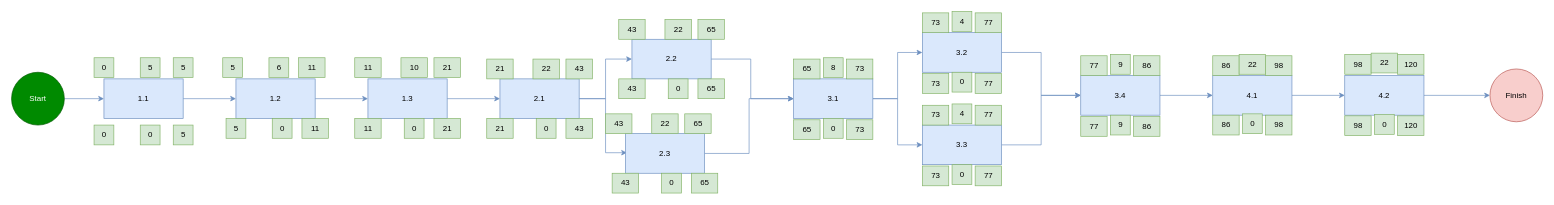
Shaxzodbek16/PDPEcosystem keeps this draw.io diagram as PDP-university-exams/1-kusr/2-semester/Final-exam/ITPM/source/Preсedenсe/Preсedenсe_diagram.drawio. Above is the earlier version. Source tidied: cells renumbered, new cells numbered last; positions are measured from the earlier drawing's top-left corner, leaving out a move shared by most shapes. Both pictures are drawn from the tidied source at 66%, with x=0, y=0 at pixel (11, 11).
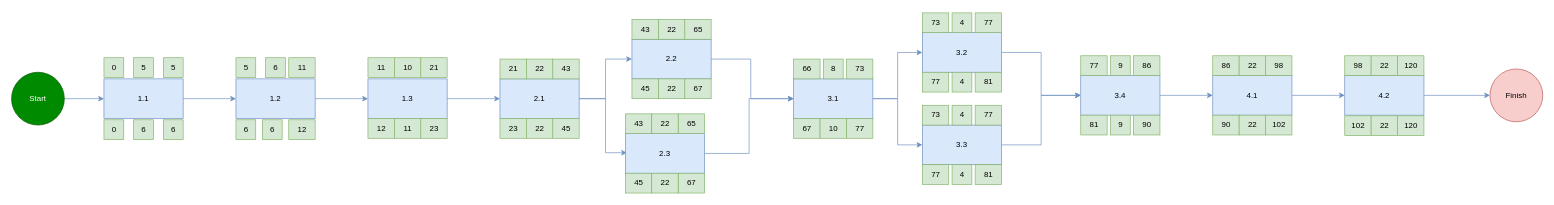
The same page after the edit.

The edit, as a diff of the source:
```diff
@@
     <mxCell id="12" value="0" style="text;html=1;align=center;verticalAlign=middle;strokeColor=#82b366;fillColor=#d5e8d4;" parent="1" vertex="1">
-      <mxGeometry x="125" y="70" width="30" height="30" as="geometry" />
+      <mxGeometry x="140" y="70" width="30" height="30" as="geometry" />
     </mxCell>
     <mxCell id="13" value="5" style="text;html=1;align=center;verticalAlign=middle;strokeColor=#82b366;fillColor=#d5e8d4;" parent="1" vertex="1">
-      <mxGeometry x="245" y="70" width="30" height="30" as="geometry" />
+      <mxGeometry x="230" y="70" width="30" height="30" as="geometry" />
     </mxCell>
     <mxCell id="14" value="5" style="text;html=1;align=center;verticalAlign=middle;strokeColor=#82b366;fillColor=#d5e8d4;" parent="1" vertex="1">
-      <mxGeometry x="195" y="70" width="30" height="30" as="geometry" />
+      <mxGeometry x="185" y="70" width="30" height="30" as="geometry" />
     </mxCell>
     <mxCell id="15" value="0" style="text;html=1;align=center;verticalAlign=middle;strokeColor=#82b366;fillColor=#d5e8d4;" parent="1" vertex="1">
-      <mxGeometry x="125" y="172" width="30" height="30" as="geometry" />
+      <mxGeometry x="140" y="164" width="30" height="30" as="geometry" />
     </mxCell>
-    <mxCell id="16" value="5" style="text;html=1;align=center;verticalAlign=middle;strokeColor=#82b366;fillColor=#d5e8d4;" parent="1" vertex="1">
-      <mxGeometry x="245" y="172" width="30" height="30" as="geometry" />
+    <mxCell id="16" value="6" style="text;html=1;align=center;verticalAlign=middle;strokeColor=#82b366;fillColor=#d5e8d4;" parent="1" vertex="1">
+      <mxGeometry x="230" y="164" width="30" height="30" as="geometry" />
     </mxCell>
-    <mxCell id="17" value="0" style="text;html=1;align=center;verticalAlign=middle;strokeColor=#82b366;fillColor=#d5e8d4;" parent="1" vertex="1">
-      <mxGeometry x="195" y="172" width="30" height="30" as="geometry" />
+    <mxCell id="17" value="6" style="text;html=1;align=center;verticalAlign=middle;strokeColor=#82b366;fillColor=#d5e8d4;" parent="1" vertex="1">
+      <mxGeometry x="185" y="164" width="30" height="30" as="geometry" />
     </mxCell>
     <mxCell id="18" value="5" style="text;html=1;align=center;verticalAlign=middle;strokeColor=#82b366;fillColor=#d5e8d4;" parent="1" vertex="1">
-      <mxGeometry x="320" y="70" width="30" height="30" as="geometry" />
+      <mxGeometry x="340" y="70" width="30" height="30" as="geometry" />
     </mxCell>
     <mxCell id="19" value="11" style="text;html=1;align=center;verticalAlign=middle;strokeColor=#82b366;fillColor=#d5e8d4;" parent="1" vertex="1">
-      <mxGeometry x="435" y="70" width="40" height="30" as="geometry" />
+      <mxGeometry x="420" y="70" width="40" height="30" as="geometry" />
     </mxCell>
     <mxCell id="20" value="6" style="text;html=1;align=center;verticalAlign=middle;strokeColor=#82b366;fillColor=#d5e8d4;" parent="1" vertex="1">
-      <mxGeometry x="390" y="70" width="30" height="30" as="geometry" />
+      <mxGeometry x="385" y="70" width="30" height="30" as="geometry" />
     </mxCell>
-    <mxCell id="21" value="5" style="text;html=1;align=center;verticalAlign=middle;strokeColor=#82b366;fillColor=#d5e8d4;" parent="1" vertex="1">
-      <mxGeometry x="325" y="162" width="30" height="30" as="geometry" />
+    <mxCell id="21" value="6" style="text;html=1;align=center;verticalAlign=middle;strokeColor=#82b366;fillColor=#d5e8d4;" parent="1" vertex="1">
+      <mxGeometry x="340" y="164" width="30" height="30" as="geometry" />
     </mxCell>
-    <mxCell id="22" value="11" style="text;html=1;align=center;verticalAlign=middle;strokeColor=#82b366;fillColor=#d5e8d4;" parent="1" vertex="1">
-      <mxGeometry x="440" y="162" width="40" height="30" as="geometry" />
+    <mxCell id="22" value="12" style="text;html=1;align=center;verticalAlign=middle;strokeColor=#82b366;fillColor=#d5e8d4;" parent="1" vertex="1">
+      <mxGeometry x="420" y="164" width="40" height="30" as="geometry" />
     </mxCell>
-    <mxCell id="23" value="0" style="text;html=1;align=center;verticalAlign=middle;strokeColor=#82b366;fillColor=#d5e8d4;" parent="1" vertex="1">
-      <mxGeometry x="395" y="162" width="30" height="30" as="geometry" />
+    <mxCell id="23" value="6" style="text;html=1;align=center;verticalAlign=middle;strokeColor=#82b366;fillColor=#d5e8d4;" parent="1" vertex="1">
+      <mxGeometry x="380" y="164" width="30" height="30" as="geometry" />
     </mxCell>
     <mxCell id="24" value="11" style="text;html=1;align=center;verticalAlign=middle;strokeColor=#82b366;fillColor=#d5e8d4;" parent="1" vertex="1">
-      <mxGeometry x="520" y="70" width="40" height="30" as="geometry" />
+      <mxGeometry x="540" y="70" width="40" height="30" as="geometry" />
     </mxCell>
     <mxCell id="25" value="21" style="text;html=1;align=center;verticalAlign=middle;strokeColor=#82b366;fillColor=#d5e8d4;" parent="1" vertex="1">
-      <mxGeometry x="640" y="70" width="40" height="30" as="geometry" />
+      <mxGeometry x="620" y="70" width="40" height="30" as="geometry" />
     </mxCell>
     <mxCell id="26" value="10" style="text;html=1;align=center;verticalAlign=middle;strokeColor=#82b366;fillColor=#d5e8d4;" parent="1" vertex="1">
-      <mxGeometry x="590" y="70" width="40" height="30" as="geometry" />
+      <mxGeometry x="580" y="70" width="40" height="30" as="geometry" />
     </mxCell>
-    <mxCell id="27" value="11" style="text;html=1;align=center;verticalAlign=middle;strokeColor=#82b366;fillColor=#d5e8d4;" parent="1" vertex="1">
-      <mxGeometry x="520" y="162" width="40" height="30" as="geometry" />
+    <mxCell id="27" value="12" style="text;html=1;align=center;verticalAlign=middle;strokeColor=#82b366;fillColor=#d5e8d4;" parent="1" vertex="1">
+      <mxGeometry x="540" y="162" width="40" height="30" as="geometry" />
     </mxCell>
-    <mxCell id="28" value="21" style="text;html=1;align=center;verticalAlign=middle;strokeColor=#82b366;fillColor=#d5e8d4;" parent="1" vertex="1">
-      <mxGeometry x="640" y="162" width="40" height="30" as="geometry" />
+    <mxCell id="28" value="23" style="text;html=1;align=center;verticalAlign=middle;strokeColor=#82b366;fillColor=#d5e8d4;" parent="1" vertex="1">
+      <mxGeometry x="620" y="162" width="40" height="30" as="geometry" />
     </mxCell>
-    <mxCell id="29" value="0" style="text;html=1;align=center;verticalAlign=middle;strokeColor=#82b366;fillColor=#d5e8d4;" parent="1" vertex="1">
-      <mxGeometry x="595" y="162" width="30" height="30" as="geometry" />
+    <mxCell id="29" value="11" style="text;html=1;align=center;verticalAlign=middle;strokeColor=#82b366;fillColor=#d5e8d4;" parent="1" vertex="1">
+      <mxGeometry x="580" y="162" width="40" height="30" as="geometry" />
     </mxCell>
     <mxCell id="30" value="21" style="text;html=1;align=center;verticalAlign=middle;strokeColor=#82b366;fillColor=#d5e8d4;" parent="1" vertex="1">
-      <mxGeometry x="720" y="72" width="40" height="30" as="geometry" />
+      <mxGeometry x="740" y="72" width="40" height="30" as="geometry" />
     </mxCell>
     <mxCell id="31" value="43" style="text;html=1;align=center;verticalAlign=middle;strokeColor=#82b366;fillColor=#d5e8d4;" parent="1" vertex="1">
-      <mxGeometry x="840" y="72" width="40" height="30" as="geometry" />
+      <mxGeometry x="820" y="72" width="40" height="30" as="geometry" />
     </mxCell>
     <mxCell id="32" value="22" style="text;html=1;align=center;verticalAlign=middle;strokeColor=#82b366;fillColor=#d5e8d4;" parent="1" vertex="1">
-      <mxGeometry x="790" y="72" width="40" height="30" as="geometry" />
+      <mxGeometry x="780" y="72" width="40" height="30" as="geometry" />
     </mxCell>
-    <mxCell id="33" value="21" style="text;html=1;align=center;verticalAlign=middle;strokeColor=#82b366;fillColor=#d5e8d4;" parent="1" vertex="1">
-      <mxGeometry x="720" y="162" width="40" height="30" as="geometry" />
+    <mxCell id="33" value="23" style="text;html=1;align=center;verticalAlign=middle;strokeColor=#82b366;fillColor=#d5e8d4;" parent="1" vertex="1">
+      <mxGeometry x="740" y="162" width="40" height="30" as="geometry" />
     </mxCell>
-    <mxCell id="34" value="43" style="text;html=1;align=center;verticalAlign=middle;strokeColor=#82b366;fillColor=#d5e8d4;" parent="1" vertex="1">
-      <mxGeometry x="840" y="162" width="40" height="30" as="geometry" />
+    <mxCell id="34" value="45" style="text;html=1;align=center;verticalAlign=middle;strokeColor=#82b366;fillColor=#d5e8d4;" parent="1" vertex="1">
+      <mxGeometry x="820" y="162" width="40" height="30" as="geometry" />
     </mxCell>
-    <mxCell id="35" value="0" style="text;html=1;align=center;verticalAlign=middle;strokeColor=#82b366;fillColor=#d5e8d4;" parent="1" vertex="1">
-      <mxGeometry x="795" y="162" width="30" height="30" as="geometry" />
+    <mxCell id="35" value="22" style="text;html=1;align=center;verticalAlign=middle;strokeColor=#82b366;fillColor=#d5e8d4;" parent="1" vertex="1">
+      <mxGeometry x="780" y="162" width="40" height="30" as="geometry" />
     </mxCell>
@@
     <mxCell id="41" value="43" style="text;html=1;align=center;verticalAlign=middle;strokeColor=#82b366;fillColor=#d5e8d4;" parent="1" vertex="1">
-      <mxGeometry x="920" y="12" width="40" height="30" as="geometry" />
+      <mxGeometry x="940" y="12" width="40" height="30" as="geometry" />
     </mxCell>
     <mxCell id="42" value="65" style="text;html=1;align=center;verticalAlign=middle;strokeColor=#82b366;fillColor=#d5e8d4;" parent="1" vertex="1">
-      <mxGeometry x="1040" y="12" width="40" height="30" as="geometry" />
+      <mxGeometry x="1020" y="12" width="40" height="30" as="geometry" />
     </mxCell>
     <mxCell id="43" value="22" style="text;html=1;align=center;verticalAlign=middle;strokeColor=#82b366;fillColor=#d5e8d4;" parent="1" vertex="1">
-      <mxGeometry x="990" y="12" width="40" height="30" as="geometry" />
+      <mxGeometry x="980" y="12" width="40" height="30" as="geometry" />
     </mxCell>
-    <mxCell id="44" value="43" style="text;html=1;align=center;verticalAlign=middle;strokeColor=#82b366;fillColor=#d5e8d4;" parent="1" vertex="1">
-      <mxGeometry x="920" y="102" width="40" height="30" as="geometry" />
+    <mxCell id="44" value="45" style="text;html=1;align=center;verticalAlign=middle;strokeColor=#82b366;fillColor=#d5e8d4;" parent="1" vertex="1">
+      <mxGeometry x="940" y="102" width="40" height="30" as="geometry" />
     </mxCell>
-    <mxCell id="45" value="65" style="text;html=1;align=center;verticalAlign=middle;strokeColor=#82b366;fillColor=#d5e8d4;" parent="1" vertex="1">
-      <mxGeometry x="1040" y="102" width="40" height="30" as="geometry" />
+    <mxCell id="45" value="67" style="text;html=1;align=center;verticalAlign=middle;strokeColor=#82b366;fillColor=#d5e8d4;" parent="1" vertex="1">
+      <mxGeometry x="1020" y="102" width="40" height="30" as="geometry" />
     </mxCell>
-    <mxCell id="46" value="0" style="text;html=1;align=center;verticalAlign=middle;strokeColor=#82b366;fillColor=#d5e8d4;" parent="1" vertex="1">
-      <mxGeometry x="995" y="102" width="30" height="30" as="geometry" />
+    <mxCell id="46" value="22" style="text;html=1;align=center;verticalAlign=middle;strokeColor=#82b366;fillColor=#d5e8d4;" parent="1" vertex="1">
+      <mxGeometry x="980" y="102" width="40" height="30" as="geometry" />
     </mxCell>
     <mxCell id="47" value="43" style="text;html=1;align=center;verticalAlign=middle;strokeColor=#82b366;fillColor=#d5e8d4;" parent="1" vertex="1">
-      <mxGeometry x="900" y="155" width="40" height="30" as="geometry" />
+      <mxGeometry x="930" y="155" width="40" height="30" as="geometry" />
     </mxCell>
     <mxCell id="48" value="65" style="text;html=1;align=center;verticalAlign=middle;strokeColor=#82b366;fillColor=#d5e8d4;" parent="1" vertex="1">
-      <mxGeometry x="1020" y="155" width="40" height="30" as="geometry" />
+      <mxGeometry x="1010" y="155" width="40" height="30" as="geometry" />
     </mxCell>
@@
-    <mxCell id="50" value="43" style="text;html=1;align=center;verticalAlign=middle;strokeColor=#82b366;fillColor=#d5e8d4;" parent="1" vertex="1">
-      <mxGeometry x="910" y="245" width="40" height="30" as="geometry" />
+    <mxCell id="50" value="45" style="text;html=1;align=center;verticalAlign=middle;strokeColor=#82b366;fillColor=#d5e8d4;" parent="1" vertex="1">
+      <mxGeometry x="930" y="245" width="40" height="30" as="geometry" />
     </mxCell>
-    <mxCell id="51" value="65" style="text;html=1;align=center;verticalAlign=middle;strokeColor=#82b366;fillColor=#d5e8d4;" parent="1" vertex="1">
-      <mxGeometry x="1030" y="245" width="40" height="30" as="geometry" />
+    <mxCell id="51" value="67" style="text;html=1;align=center;verticalAlign=middle;strokeColor=#82b366;fillColor=#d5e8d4;" parent="1" vertex="1">
+      <mxGeometry x="1010" y="245" width="40" height="30" as="geometry" />
     </mxCell>
-    <mxCell id="52" value="0" style="text;html=1;align=center;verticalAlign=middle;strokeColor=#82b366;fillColor=#d5e8d4;" parent="1" vertex="1">
-      <mxGeometry x="985" y="245" width="30" height="30" as="geometry" />
+    <mxCell id="52" value="22" style="text;html=1;align=center;verticalAlign=middle;strokeColor=#82b366;fillColor=#d5e8d4;" parent="1" vertex="1">
+      <mxGeometry x="970" y="245" width="40" height="30" as="geometry" />
     </mxCell>
@@
-    <mxCell id="56" value="65" style="text;html=1;align=center;verticalAlign=middle;strokeColor=#82b366;fillColor=#d5e8d4;" parent="1" vertex="1">
+    <mxCell id="56" value="66" style="text;html=1;align=center;verticalAlign=middle;strokeColor=#82b366;fillColor=#d5e8d4;" parent="1" vertex="1">
       <mxGeometry x="1185" y="72" width="40" height="30" as="geometry" />
     </mxCell>
@@
     <mxCell id="58" value="8" style="text;html=1;align=center;verticalAlign=middle;strokeColor=#82b366;fillColor=#d5e8d4;" parent="1" vertex="1">
-      <mxGeometry x="1230" y="70" width="30" height="30" as="geometry" />
+      <mxGeometry x="1230" y="72" width="30" height="30" as="geometry" />
     </mxCell>
@@
-    <mxCell id="63" value="65" style="text;html=1;align=center;verticalAlign=middle;strokeColor=#82b366;fillColor=#d5e8d4;" parent="1" vertex="1">
-      <mxGeometry x="1185" y="164" width="40" height="30" as="geometry" />
+    <mxCell id="63" value="67" style="text;html=1;align=center;verticalAlign=middle;strokeColor=#82b366;fillColor=#d5e8d4;" parent="1" vertex="1">
+      <mxGeometry x="1185" y="162" width="40" height="30" as="geometry" />
     </mxCell>
-    <mxCell id="64" value="73" style="text;html=1;align=center;verticalAlign=middle;strokeColor=#82b366;fillColor=#d5e8d4;" parent="1" vertex="1">
-      <mxGeometry x="1265" y="164" width="40" height="30" as="geometry" />
+    <mxCell id="64" value="77" style="text;html=1;align=center;verticalAlign=middle;strokeColor=#82b366;fillColor=#d5e8d4;" parent="1" vertex="1">
+      <mxGeometry x="1265" y="162" width="40" height="30" as="geometry" />
     </mxCell>
-    <mxCell id="65" value="0" style="text;html=1;align=center;verticalAlign=middle;strokeColor=#82b366;fillColor=#d5e8d4;" parent="1" vertex="1">
-      <mxGeometry x="1230" y="162" width="30" height="30" as="geometry" />
+    <mxCell id="65" value="10" style="text;html=1;align=center;verticalAlign=middle;strokeColor=#82b366;fillColor=#d5e8d4;" parent="1" vertex="1">
+      <mxGeometry x="1225" y="162" width="40" height="30" as="geometry" />
     </mxCell>
@@
     <mxCell id="68" value="4" style="text;html=1;align=center;verticalAlign=middle;strokeColor=#82b366;fillColor=#d5e8d4;" parent="1" vertex="1">
-      <mxGeometry x="1425" width="30" height="30" as="geometry" />
+      <mxGeometry x="1425" y="2" width="30" height="30" as="geometry" />
     </mxCell>
-    <mxCell id="69" value="73" style="text;html=1;align=center;verticalAlign=middle;strokeColor=#82b366;fillColor=#d5e8d4;" parent="1" vertex="1">
-      <mxGeometry x="1380" y="94" width="40" height="30" as="geometry" />
+    <mxCell id="69" value="77" style="text;html=1;align=center;verticalAlign=middle;strokeColor=#82b366;fillColor=#d5e8d4;" parent="1" vertex="1">
+      <mxGeometry x="1380" y="92" width="40" height="30" as="geometry" />
     </mxCell>
-    <mxCell id="70" value="77" style="text;html=1;align=center;verticalAlign=middle;strokeColor=#82b366;fillColor=#d5e8d4;" parent="1" vertex="1">
-      <mxGeometry x="1460" y="94" width="40" height="30" as="geometry" />
+    <mxCell id="70" value="81" style="text;html=1;align=center;verticalAlign=middle;strokeColor=#82b366;fillColor=#d5e8d4;" parent="1" vertex="1">
+      <mxGeometry x="1460" y="92" width="40" height="30" as="geometry" />
     </mxCell>
-    <mxCell id="71" value="0" style="text;html=1;align=center;verticalAlign=middle;strokeColor=#82b366;fillColor=#d5e8d4;" parent="1" vertex="1">
+    <mxCell id="71" value="4" style="text;html=1;align=center;verticalAlign=middle;strokeColor=#82b366;fillColor=#d5e8d4;" parent="1" vertex="1">
       <mxGeometry x="1425" y="92" width="30" height="30" as="geometry" />
     </mxCell>
@@
     <mxCell id="74" value="4" style="text;html=1;align=center;verticalAlign=middle;strokeColor=#82b366;fillColor=#d5e8d4;" parent="1" vertex="1">
-      <mxGeometry x="1425" y="140" width="30" height="30" as="geometry" />
+      <mxGeometry x="1425" y="142" width="30" height="30" as="geometry" />
     </mxCell>
-    <mxCell id="75" value="73" style="text;html=1;align=center;verticalAlign=middle;strokeColor=#82b366;fillColor=#d5e8d4;" parent="1" vertex="1">
-      <mxGeometry x="1380" y="234" width="40" height="30" as="geometry" />
+    <mxCell id="75" value="77" style="text;html=1;align=center;verticalAlign=middle;strokeColor=#82b366;fillColor=#d5e8d4;" parent="1" vertex="1">
+      <mxGeometry x="1380" y="232" width="40" height="30" as="geometry" />
     </mxCell>
-    <mxCell id="76" value="77" style="text;html=1;align=center;verticalAlign=middle;strokeColor=#82b366;fillColor=#d5e8d4;" parent="1" vertex="1">
-      <mxGeometry x="1460" y="234" width="40" height="30" as="geometry" />
+    <mxCell id="76" value="81" style="text;html=1;align=center;verticalAlign=middle;strokeColor=#82b366;fillColor=#d5e8d4;" parent="1" vertex="1">
+      <mxGeometry x="1460" y="232" width="40" height="30" as="geometry" />
     </mxCell>
-    <mxCell id="77" value="0" style="text;html=1;align=center;verticalAlign=middle;strokeColor=#82b366;fillColor=#d5e8d4;" parent="1" vertex="1">
+    <mxCell id="77" value="4" style="text;html=1;align=center;verticalAlign=middle;strokeColor=#82b366;fillColor=#d5e8d4;" parent="1" vertex="1">
       <mxGeometry x="1425" y="232" width="30" height="30" as="geometry" />
     </mxCell>
@@
     <mxCell id="82" value="9" style="text;html=1;align=center;verticalAlign=middle;strokeColor=#82b366;fillColor=#d5e8d4;" parent="1" vertex="1">
-      <mxGeometry x="1665" y="65" width="30" height="30" as="geometry" />
+      <mxGeometry x="1665" y="67" width="30" height="30" as="geometry" />
     </mxCell>
-    <mxCell id="83" value="77" style="text;html=1;align=center;verticalAlign=middle;strokeColor=#82b366;fillColor=#d5e8d4;" parent="1" vertex="1">
-      <mxGeometry x="1620" y="159" width="40" height="30" as="geometry" />
+    <mxCell id="83" value="81" style="text;html=1;align=center;verticalAlign=middle;strokeColor=#82b366;fillColor=#d5e8d4;" parent="1" vertex="1">
+      <mxGeometry x="1620" y="157" width="40" height="30" as="geometry" />
     </mxCell>
-    <mxCell id="84" value="86" style="text;html=1;align=center;verticalAlign=middle;strokeColor=#82b366;fillColor=#d5e8d4;" parent="1" vertex="1">
-      <mxGeometry x="1700" y="159" width="40" height="30" as="geometry" />
+    <mxCell id="84" value="90" style="text;html=1;align=center;verticalAlign=middle;strokeColor=#82b366;fillColor=#d5e8d4;" parent="1" vertex="1">
+      <mxGeometry x="1700" y="157" width="40" height="30" as="geometry" />
     </mxCell>
@@
     <mxCell id="93" value="22" style="text;html=1;align=center;verticalAlign=middle;strokeColor=#82b366;fillColor=#d5e8d4;" parent="1" vertex="1">
-      <mxGeometry x="1860" y="65" width="40" height="30" as="geometry" />
+      <mxGeometry x="1860" y="67" width="40" height="30" as="geometry" />
     </mxCell>
     <mxCell id="94" value="98" style="text;html=1;align=center;verticalAlign=middle;strokeColor=#82b366;fillColor=#d5e8d4;" parent="1" vertex="1">
-      <mxGeometry x="2020" y="65" width="40" height="30" as="geometry" />
+      <mxGeometry x="2020" y="67" width="40" height="30" as="geometry" />
     </mxCell>
     <mxCell id="95" value="120" style="text;html=1;align=center;verticalAlign=middle;strokeColor=#82b366;fillColor=#d5e8d4;" parent="1" vertex="1">
-      <mxGeometry x="2100" y="65" width="40" height="30" as="geometry" />
+      <mxGeometry x="2100" y="67" width="40" height="30" as="geometry" />
     </mxCell>
     <mxCell id="96" value="22" style="text;html=1;align=center;verticalAlign=middle;strokeColor=#82b366;fillColor=#d5e8d4;" parent="1" vertex="1">
-      <mxGeometry x="2060" y="63" width="40" height="30" as="geometry" />
+      <mxGeometry x="2060" y="67" width="40" height="30" as="geometry" />
     </mxCell>
-    <mxCell id="97" value="86" style="text;html=1;align=center;verticalAlign=middle;strokeColor=#82b366;fillColor=#d5e8d4;" parent="1" vertex="1">
+    <mxCell id="97" value="90" style="text;html=1;align=center;verticalAlign=middle;strokeColor=#82b366;fillColor=#d5e8d4;" parent="1" vertex="1">
       <mxGeometry x="1820" y="157" width="40" height="30" as="geometry" />
     </mxCell>
-    <mxCell id="98" value="98" style="text;html=1;align=center;verticalAlign=middle;strokeColor=#82b366;fillColor=#d5e8d4;" parent="1" vertex="1">
+    <mxCell id="98" value="102" style="text;html=1;align=center;verticalAlign=middle;strokeColor=#82b366;fillColor=#d5e8d4;" parent="1" vertex="1">
       <mxGeometry x="1900" y="157" width="40" height="30" as="geometry" />
     </mxCell>
-    <mxCell id="99" value="0" style="text;html=1;align=center;verticalAlign=middle;strokeColor=#82b366;fillColor=#d5e8d4;" parent="1" vertex="1">
-      <mxGeometry x="1865" y="155" width="30" height="30" as="geometry" />
+    <mxCell id="99" value="22" style="text;html=1;align=center;verticalAlign=middle;strokeColor=#82b366;fillColor=#d5e8d4;" parent="1" vertex="1">
+      <mxGeometry x="1860" y="157" width="40" height="30" as="geometry" />
     </mxCell>
-    <mxCell id="100" value="98" style="text;html=1;align=center;verticalAlign=middle;strokeColor=#82b366;fillColor=#d5e8d4;" parent="1" vertex="1">
+    <mxCell id="100" value="102" style="text;html=1;align=center;verticalAlign=middle;strokeColor=#82b366;fillColor=#d5e8d4;" parent="1" vertex="1">
       <mxGeometry x="2020" y="158" width="40" height="30" as="geometry" />
     </mxCell>
@@
-    <mxCell id="102" value="0" style="text;html=1;align=center;verticalAlign=middle;strokeColor=#82b366;fillColor=#d5e8d4;" parent="1" vertex="1">
-      <mxGeometry x="2065" y="156" width="30" height="30" as="geometry" />
+    <mxCell id="102" value="22" style="text;html=1;align=center;verticalAlign=middle;strokeColor=#82b366;fillColor=#d5e8d4;" parent="1" vertex="1">
+      <mxGeometry x="2060" y="158" width="40" height="30" as="geometry" />
     </mxCell>
```
